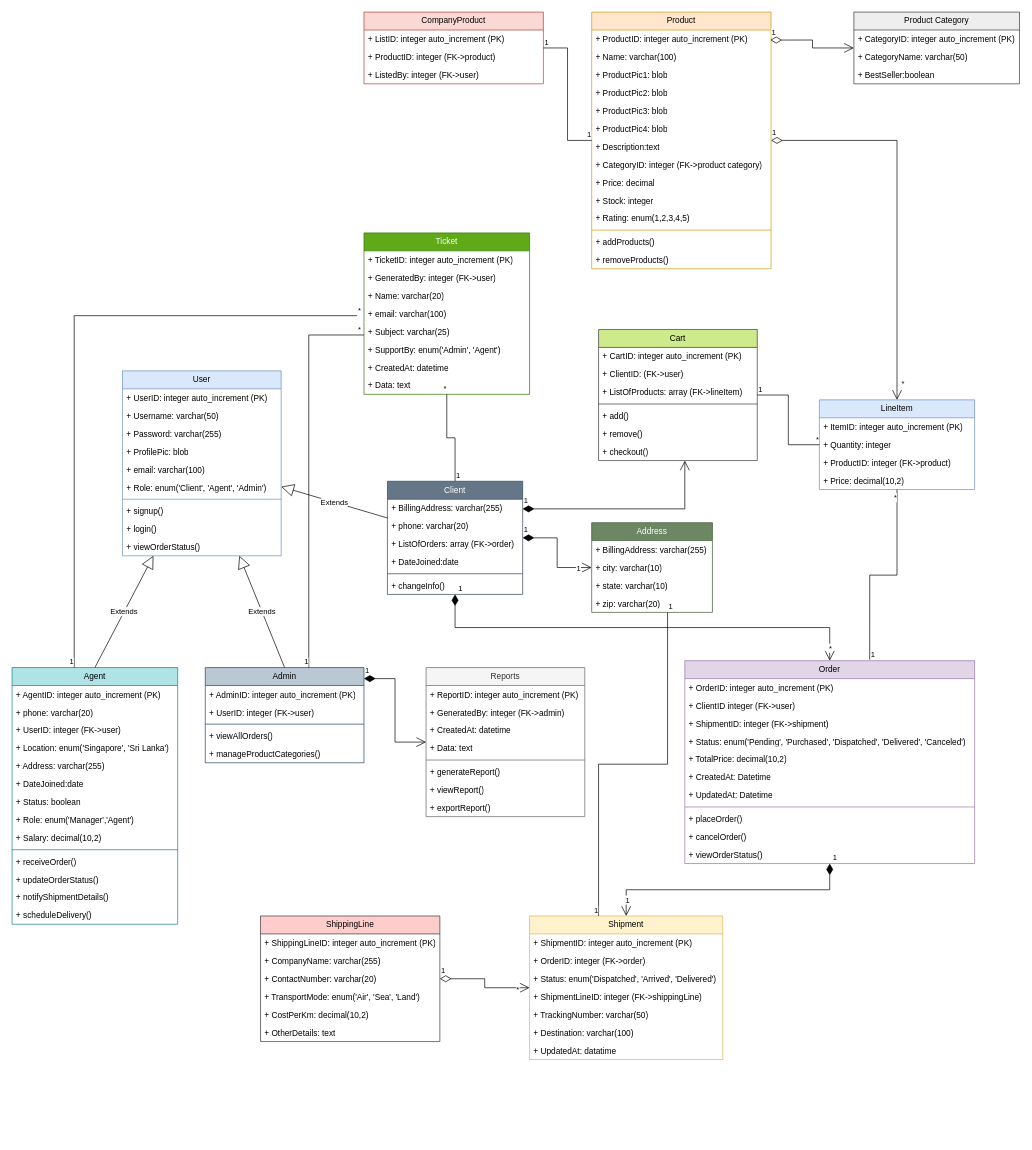
Earlier version of the draw.io diagram diagrams/UML-class-diagram.drawio (K-M-Shehan/software-design-docs). Source tidied: cells renumbered, new cells numbered last; positions are measured from the earlier drawing's top-left corner, leaving out a move shared by most shapes. Both pictures are drawn from the tidied source at 69%, with x=0, y=0 at pixel (12, 12).
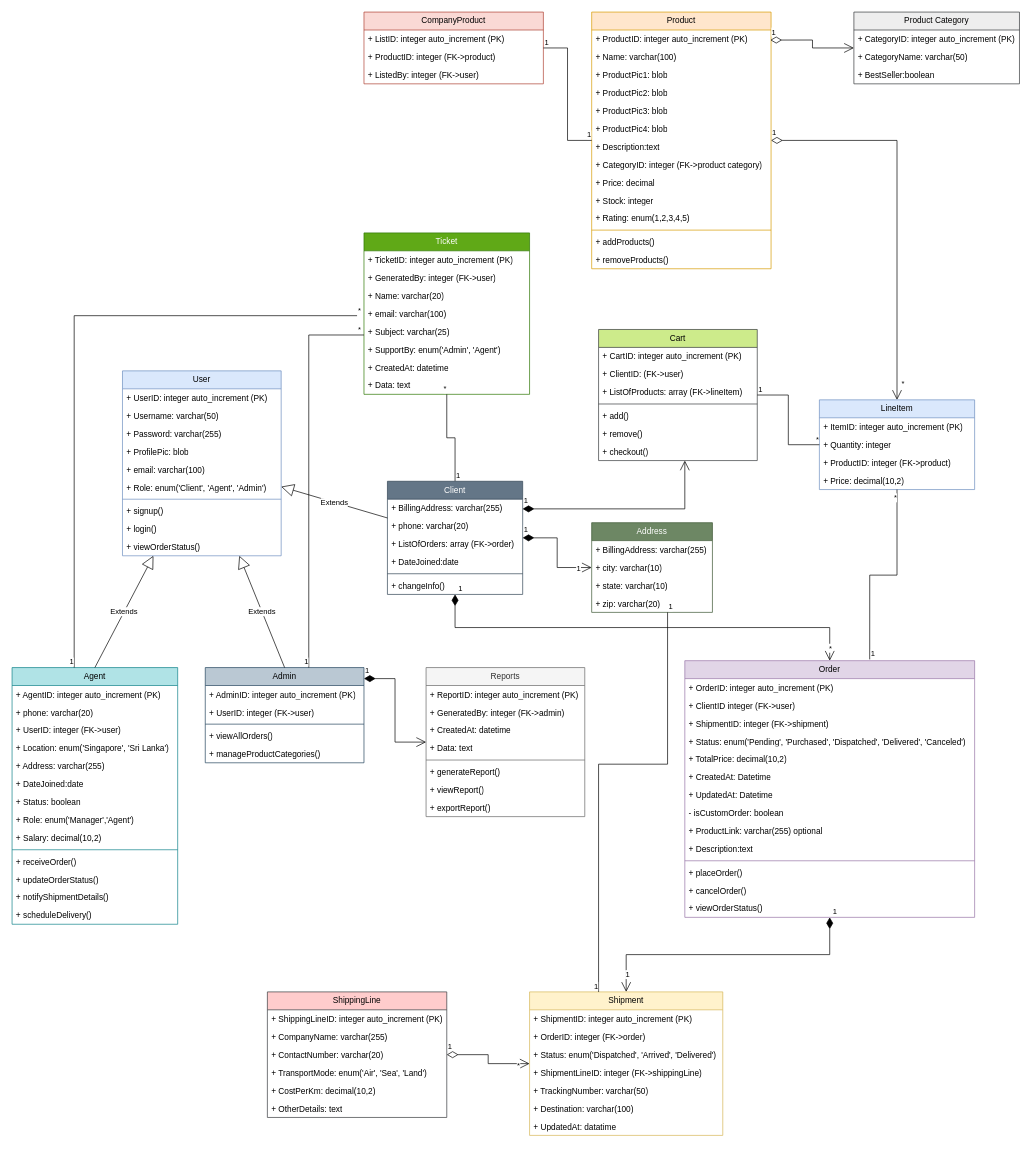
The same page after the edit.

Commit message:
attributes updated in order table

What changed in the source:
```diff
@@
     <mxCell id="13" value="Order" style="swimlane;fontStyle=0;horizontal=1;startSize=26;fillColor=#e1d5e7;whiteSpace=wrap;html=1;strokeColor=#9673a6;" parent="1" vertex="1">
-      <mxGeometry x="975" y="940" width="420" height="294" as="geometry" />
+      <mxGeometry x="975" y="940" width="420" height="372" as="geometry" />
     </mxCell>
@@
+    <mxCell id="164" value="- isCustomOrder: boolean" style="text;strokeColor=none;fillColor=none;align=left;verticalAlign=top;spacingLeft=4;spacingRight=4;overflow=hidden;whiteSpace=wrap;html=1;" parent="13" vertex="1">
+      <mxGeometry y="208" width="420" height="26" as="geometry" />
+    </mxCell>
+    <mxCell id="165" value="+ ProductLink: varchar(255) optional" style="text;strokeColor=none;fillColor=none;align=left;verticalAlign=top;spacingLeft=4;spacingRight=4;overflow=hidden;whiteSpace=wrap;html=1;" parent="13" vertex="1">
+      <mxGeometry y="234" width="420" height="26" as="geometry" />
+    </mxCell>
+    <mxCell id="166" value="+ Description:text" style="text;strokeColor=none;fillColor=none;align=left;verticalAlign=top;spacingLeft=4;spacingRight=4;overflow=hidden;whiteSpace=wrap;html=1;" parent="13" vertex="1">
+      <mxGeometry y="260" width="420" height="26" as="geometry" />
+    </mxCell>
     <mxCell id="21" style="line;strokeWidth=1;fillColor=none;align=left;verticalAlign=middle;spacingTop=-1;spacingLeft=3;spacingRight=3;labelPosition=right;strokeColor=inherit;" parent="13" vertex="1">
-      <mxGeometry y="208" width="420" height="8" as="geometry" />
+      <mxGeometry y="286" width="420" height="8" as="geometry" />
     </mxCell>
     <mxCell id="22" value="+ placeOrder()" style="text;strokeColor=none;fillColor=none;align=left;verticalAlign=top;spacingLeft=4;spacingRight=4;overflow=hidden;whiteSpace=wrap;html=1;" parent="13" vertex="1">
-      <mxGeometry y="216" width="420" height="26" as="geometry" />
+      <mxGeometry y="294" width="420" height="26" as="geometry" />
     </mxCell>
     <mxCell id="23" value="+ cancelOrder()" style="text;strokeColor=none;fillColor=none;align=left;verticalAlign=top;spacingLeft=4;spacingRight=4;overflow=hidden;whiteSpace=wrap;html=1;" parent="13" vertex="1">
-      <mxGeometry y="242" width="420" height="26" as="geometry" />
+      <mxGeometry y="320" width="420" height="26" as="geometry" />
     </mxCell>
     <mxCell id="24" value="+ viewOrderStatus()" style="text;strokeColor=none;fillColor=none;align=left;verticalAlign=top;spacingLeft=4;spacingRight=4;overflow=hidden;whiteSpace=wrap;html=1;" parent="13" vertex="1">
-      <mxGeometry y="268" width="420" height="26" as="geometry" />
+      <mxGeometry y="346" width="420" height="26" as="geometry" />
     </mxCell>
@@
     <mxCell id="44" value="Shipment" style="swimlane;fontStyle=0;horizontal=1;startSize=26;fillColor=#fff2cc;whiteSpace=wrap;html=1;strokeColor=#d6b656;" parent="1" vertex="1">
-      <mxGeometry x="750" y="1310" width="280" height="208" as="geometry" />
+      <mxGeometry x="750" y="1420" width="280" height="208" as="geometry" />
     </mxCell>
@@
     <mxCell id="94" value="ShippingLine" style="swimlane;fontStyle=0;horizontal=1;startSize=26;fillColor=#ffcccc;whiteSpace=wrap;html=1;strokeColor=#36393d;" parent="1" vertex="1">
-      <mxGeometry x="360" y="1310" width="260" height="182" as="geometry" />
+      <mxGeometry x="370" y="1420" width="260" height="182" as="geometry" />
     </mxCell>
```
